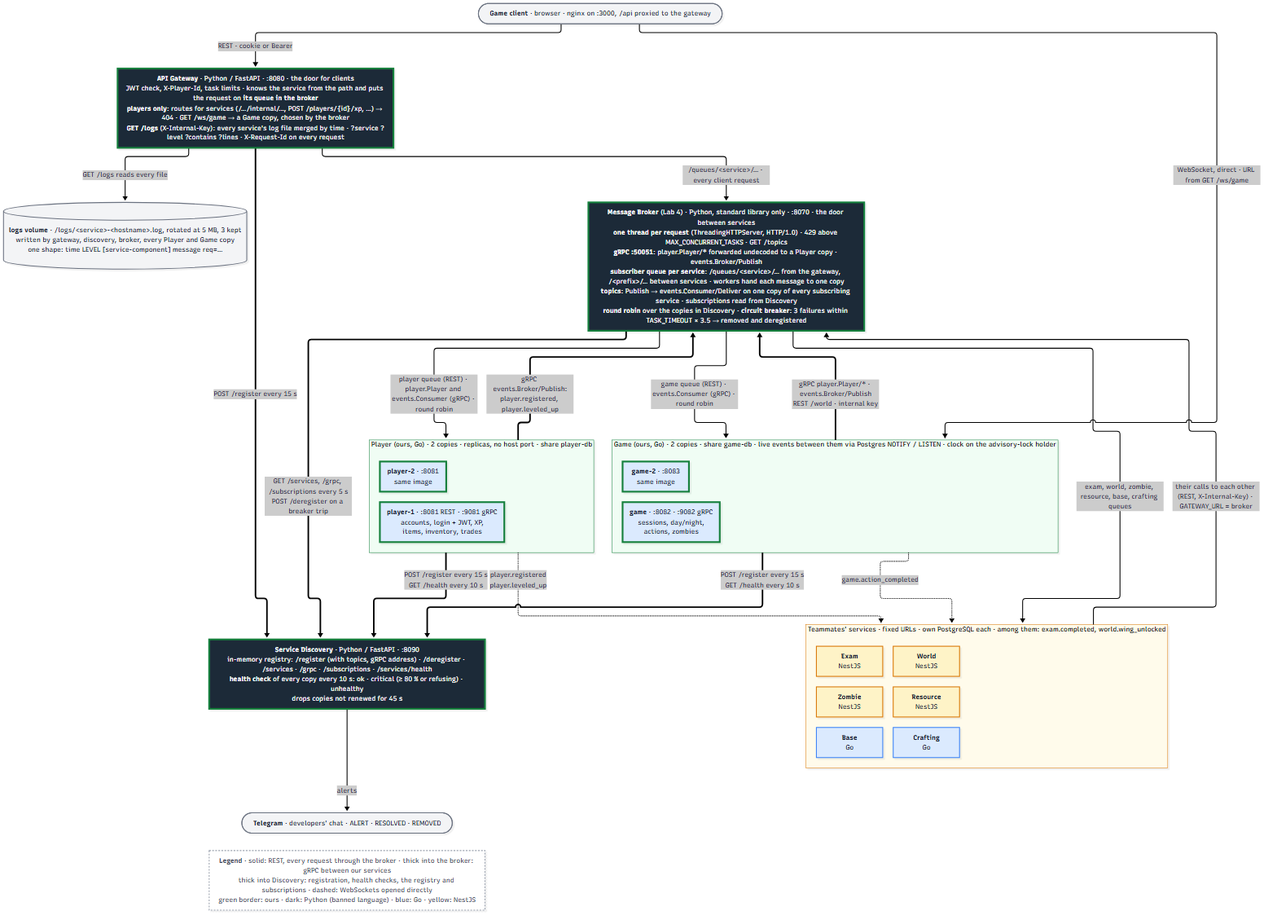
fish30008/in-kahoots-with-the-undead keeps this Mermaid diagram as architecture.png. Above is the earlier version. Its source is kept beside it as architecture.mmd.
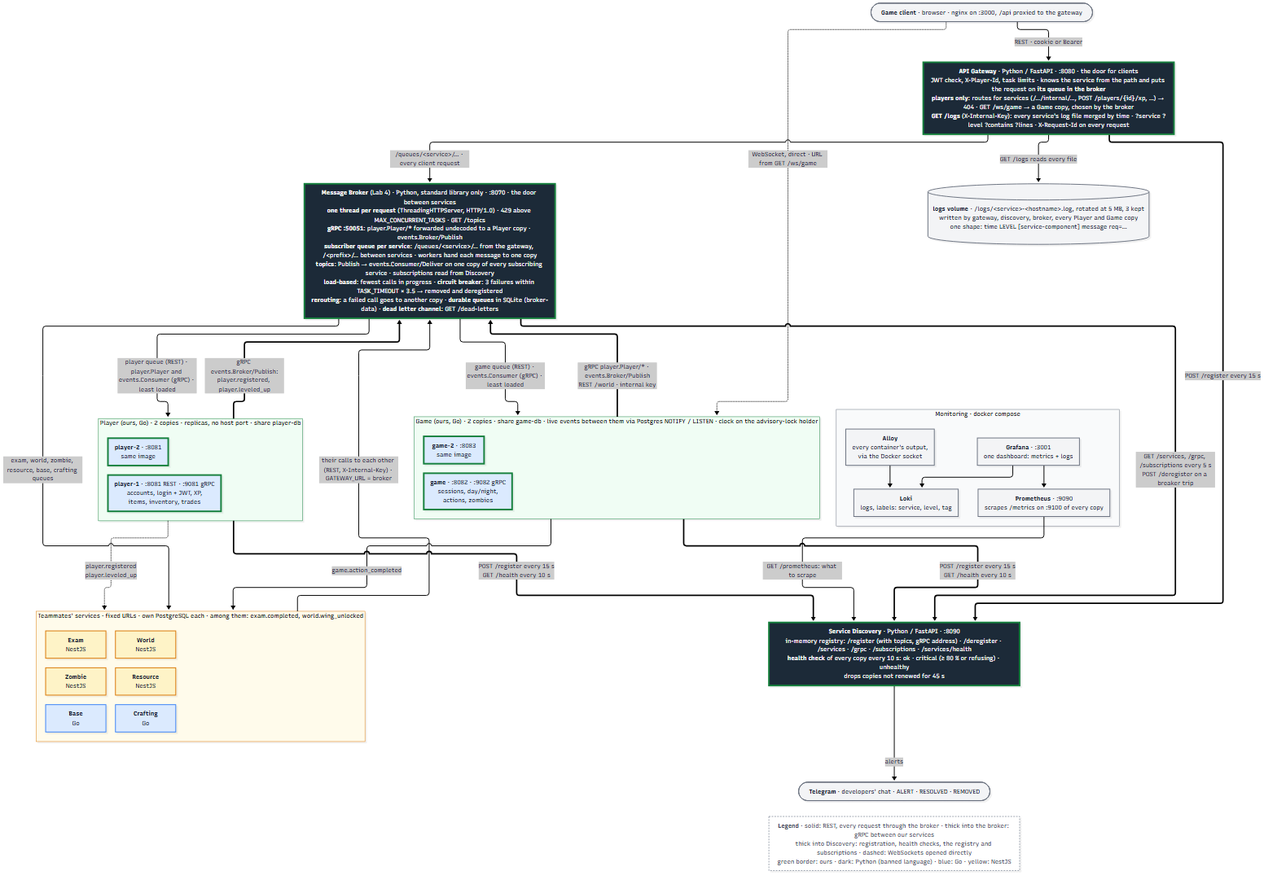
The same diagram one commit later.

Commit message:
grades 9-10: monitoring stack, durable broker data, docs

Change to the diagram source:
```diff
@@ -5,7 +5,7 @@
 
     gateway["<b>API Gateway</b> · Python / FastAPI · :8080 · the door for clients<br/>JWT check, X-Player-Id, task limits · knows the service from the path and puts the request on <b>its queue in the broker</b><br/><b>players only</b>: routes for services (/…/internal/…, POST /players/{id}/xp, …) → 404 · GET /ws/game → a Game copy, chosen by the broker<br/><b>GET /logs</b> (X-Internal-Key): every service's log file merged by time · ?service ?level ?contains ?lines · X-Request-Id on every request"]
 
-    broker["<b>Message Broker</b> (Lab 4) · Python, standard library only · :8070 · the door between services<br/><b>one thread per request</b> (ThreadingHTTPServer, HTTP/1.0) · 429 above MAX_CONCURRENT_TASKS · GET /topics<br/><b>gRPC :50051</b>: player.Player/* forwarded undecoded to a Player copy · events.Broker/Publish<br/><b>subscriber queue per service</b>: /queues/&lt;service&gt;/… from the gateway, /&lt;prefix&gt;/… between services · workers hand each message to one copy<br/><b>topics</b>: Publish → events.Consumer/Deliver on one copy of every subscribing service · subscriptions read from Discovery<br/><b>round robin</b> over the copies in Discovery · <b>circuit breaker</b>: 3 failures within TASK_TIMEOUT × 3.5 → removed and deregistered"]
+    broker["<b>Message Broker</b> (Lab 4) · Python, standard library only · :8070 · the door between services<br/><b>one thread per request</b> (ThreadingHTTPServer, HTTP/1.0) · 429 above MAX_CONCURRENT_TASKS · GET /topics<br/><b>gRPC :50051</b>: player.Player/* forwarded undecoded to a Player copy · events.Broker/Publish<br/><b>subscriber queue per service</b>: /queues/&lt;service&gt;/… from the gateway, /&lt;prefix&gt;/… between services · workers hand each message to one copy<br/><b>topics</b>: Publish → events.Consumer/Deliver on one copy of every subscribing service · subscriptions read from Discovery<br/><b>load-based</b>: fewest calls in progress · <b>circuit breaker</b>: 3 failures within TASK_TIMEOUT × 3.5 → removed and deregistered<br/><b>rerouting</b>: a failed call goes to another copy · <b>durable queues</b> in SQLite (broker-data) · <b>dead letter channel</b>: GET /dead-letters"]
 
     subgraph playercopies["Player (ours, Go) · 2 copies · replicas, no host port · share player-db"]
         direction LR
@@ -39,8 +39,8 @@
     client -. "WebSocket, direct · URL from GET /ws/game" .-> gamecopies
 
     gateway -- "/queues/&lt;service&gt;/… · every client request" --> broker
-    broker -- "player queue (REST) · player.Player and events.Consumer (gRPC) · round robin" --> playercopies
-    broker -- "game queue (REST) · events.Consumer (gRPC) · round robin" --> gamecopies
+    broker -- "player queue (REST) · player.Player and events.Consumer (gRPC) · least loaded" --> playercopies
+    broker -- "game queue (REST) · events.Consumer (gRPC) · least loaded" --> gamecopies
     broker -- "exam, world, zombie, resource, base, crafting queues" --> team
     gamecopies == "gRPC player.Player/* · events.Broker/Publish<br/>REST /world · internal key" ==> broker
     playercopies == "gRPC events.Broker/Publish:<br/>player.registered, player.leveled_up" ==> broker
@@ -52,6 +52,18 @@
     broker == "GET /services, /grpc, /subscriptions every 5 s<br/>POST /deregister on a breaker trip" ==> discovery
     gateway -- "GET /logs reads every file" --> logs
     discovery -- "alerts" --> telegram
+
+    subgraph monitoring["Monitoring · docker compose"]
+        direction LR
+        prometheus["<b>Prometheus</b> · :9090<br/>scrapes /metrics on :9100 of every copy"]
+        alloy["<b>Alloy</b><br/>every container's output,<br/>via the Docker socket"]
+        loki["<b>Loki</b><br/>logs, labels: service, level, tag"]
+        grafana["<b>Grafana</b> · :3001<br/>one dashboard: metrics + logs"]
+    end
+    prometheus -- "GET /prometheus: what to scrape" --> discovery
+    alloy --> loki
+    grafana --> prometheus
+    grafana --> loki
 
     playercopies -. "player.registered<br/>player.leveled_up" .-> team
     gamecopies -. "game.action_completed" .-> team
@@ -69,8 +81,9 @@
     class player1,player2,game1,game2 mineGo
     class base,crafting go
     class exam,world,zombie,resource ts
-    class client,telegram,logs ext
+    class client,telegram,logs,prometheus,alloy,loki,grafana ext
     class legend note
     style playercopies fill:#f0fdf4,stroke:#15803d
     style gamecopies fill:#f0fdf4,stroke:#15803d
     style team fill:#fffbeb,stroke:#d97706
+    style monitoring fill:#f9fafb,stroke:#6b7280
```
